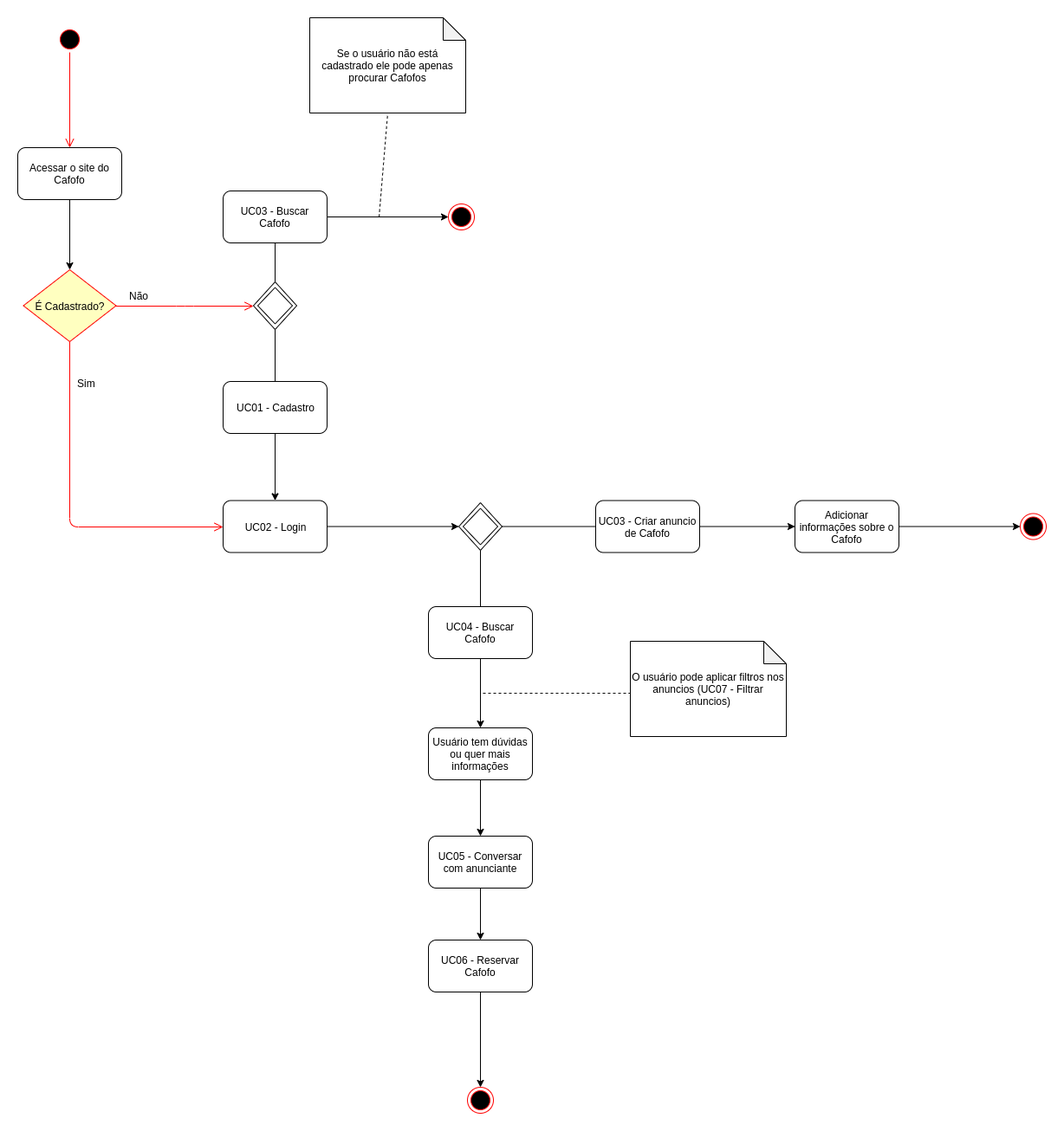
Before: docs/Dinâmica e Seminário V/img/UCRealizations.png, a diagram exported from draw.io (desenho-2019/Wiki). Source tidied: cells renumbered, new cells last; positions are measured from the earlier drawing's top-left corner, leaving out a move shared by most shapes.
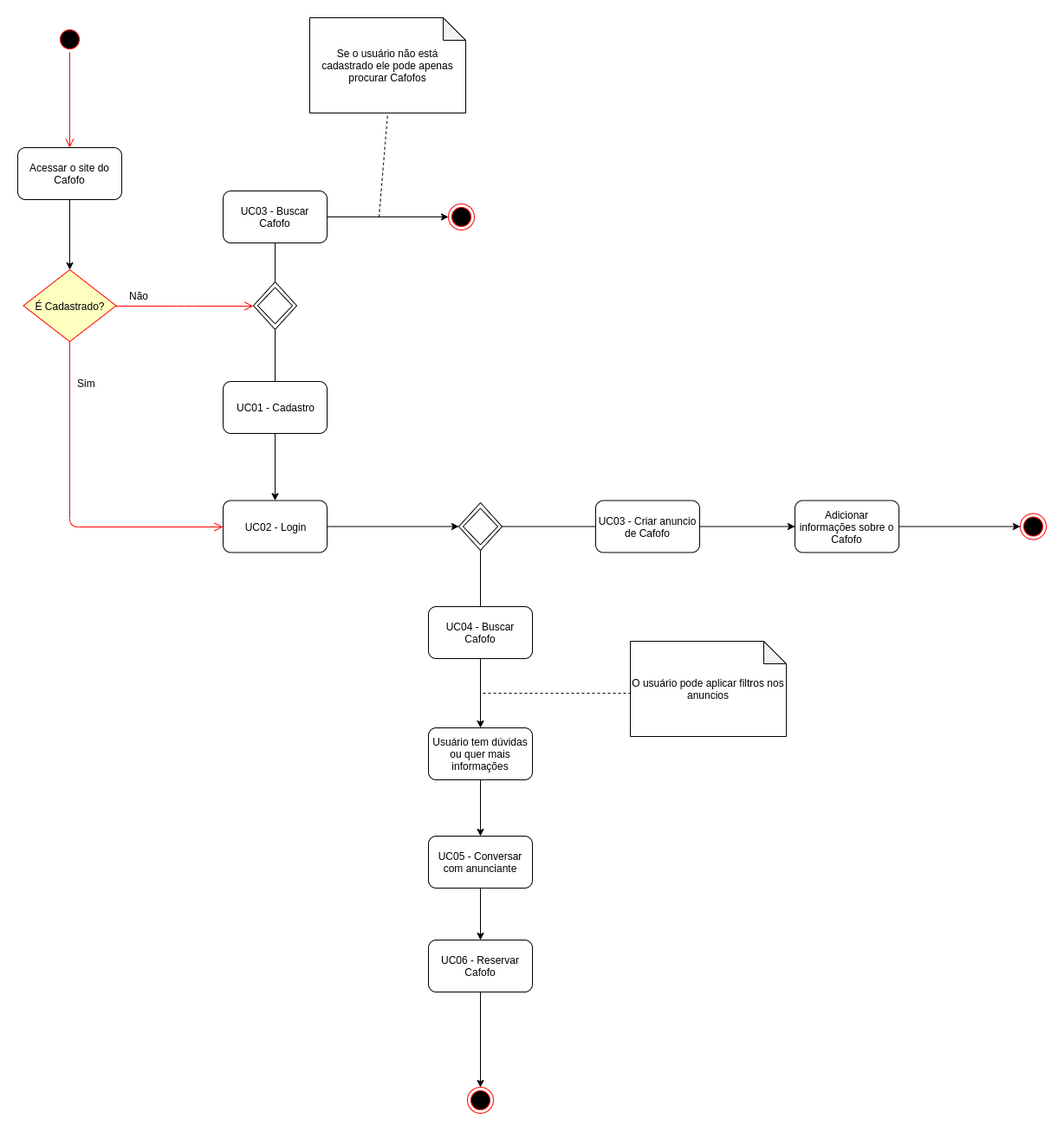
The same file after the commit.

Commit message:
Adicionando diagrama de casos de uso versão 2.0

The edit, as a diff of the source:
```diff
@@ -114,7 +114,7 @@
         <mxPoint x="707" y="780" as="targetPoint" />
       </mxGeometry>
     </mxCell>
-    <mxCell id="36" value="O usuário pode aplicar filtros nos anuncios (UC07 - Filtrar anuncios)" style="shape=note;whiteSpace=wrap;html=1;backgroundOutline=1;darkOpacity=0.05;size=26;" parent="1" vertex="1">
+    <mxCell id="36" value="O usuário pode aplicar filtros nos anuncios" style="shape=note;whiteSpace=wrap;html=1;backgroundOutline=1;darkOpacity=0.05;size=26;" parent="1" vertex="1">
       <mxGeometry x="707" y="720" width="180" height="110" as="geometry" />
     </mxCell>
     <mxCell id="37" style="rhombus;whiteSpace=wrap;html=1;" parent="1" vertex="1">
```
